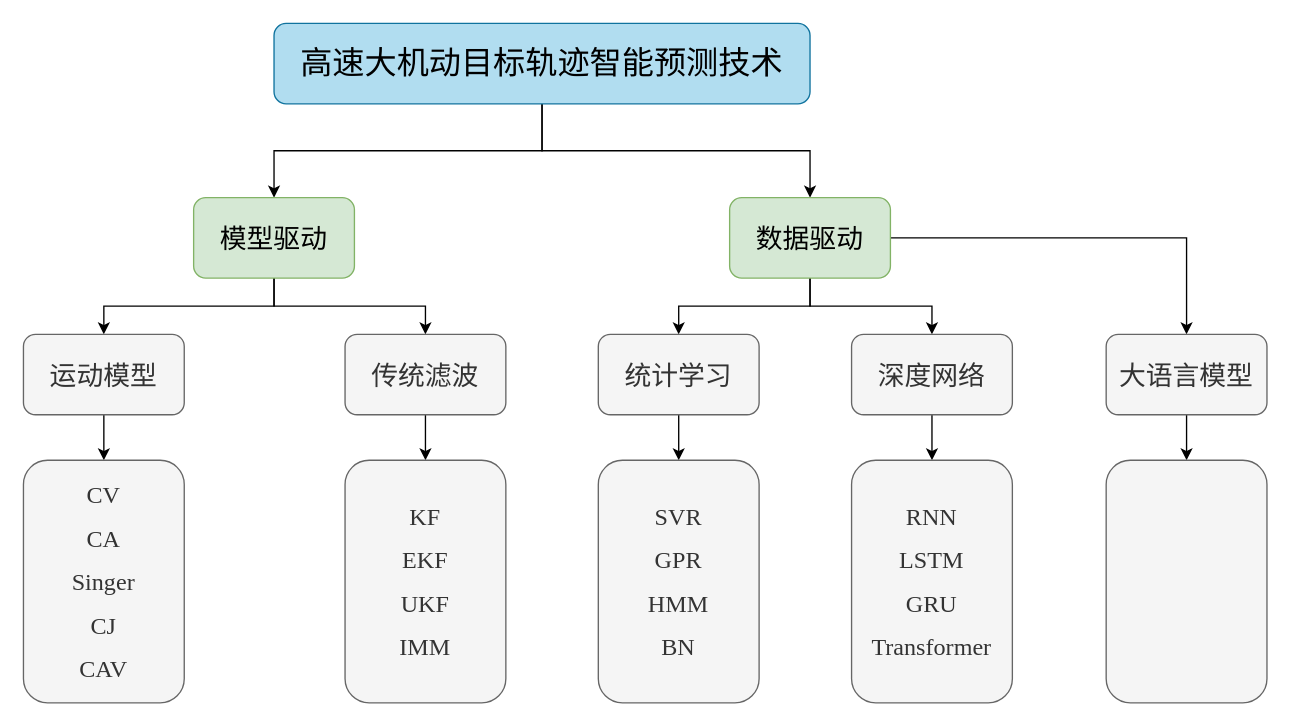
This is 轨迹预测框架.drawio from master-fency/plot, a draw.io file, before an edit. Source tidied: cells renumbered, new cells numbered last; positions are measured from the earlier drawing's top-left corner, leaving out a move shared by most shapes. Both pictures are drawn from the tidied source at 134%, with x=0, y=0 at pixel (23, 23).
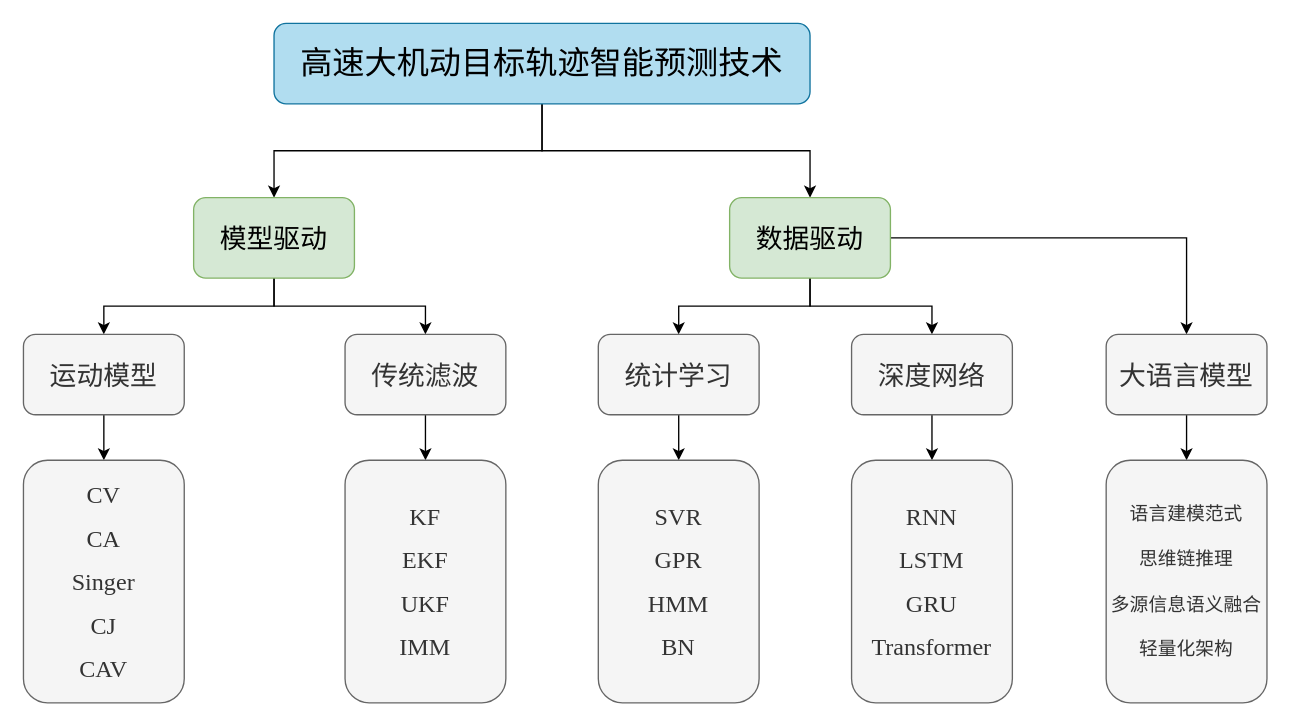
The same page after the edit.

Commit message:
更新轨迹预测框架.drawio

What changed in the source:
```diff
@@
-    <mxCell id="27" style="rounded=1;whiteSpace=wrap;html=1;fillColor=#f5f5f5;fontColor=#333333;strokeColor=#666666;" parent="1" vertex="1">
+    <mxCell id="27" value="&lt;div style=&quot;line-height: 240%;&quot;&gt;&lt;font face=&quot;Times New Roman&quot; style=&quot;font-size: 14px; line-height: 240%;&quot;&gt;语言建模范式&lt;/font&gt;&lt;div&gt;&lt;font face=&quot;Times New Roman&quot; style=&quot;font-size: 14px; line-height: 240%;&quot;&gt;思维链推理&lt;/font&gt;&lt;/div&gt;&lt;div&gt;&lt;font face=&quot;Times New Roman&quot; style=&quot;font-size: 14px; line-height: 240%;&quot;&gt;多源信息语义融合&lt;/font&gt;&lt;/div&gt;&lt;div&gt;&lt;font face=&quot;Times New Roman&quot; style=&quot;font-size: 14px; line-height: 240%;&quot;&gt;轻量化架构&lt;/font&gt;&lt;/div&gt;&lt;/div&gt;" style="rounded=1;whiteSpace=wrap;html=1;fillColor=#f5f5f5;fontColor=#333333;strokeColor=#666666;" parent="1" vertex="1">
       <mxGeometry x="808" y="326" width="120" height="181" as="geometry" />
     </mxCell>
```
